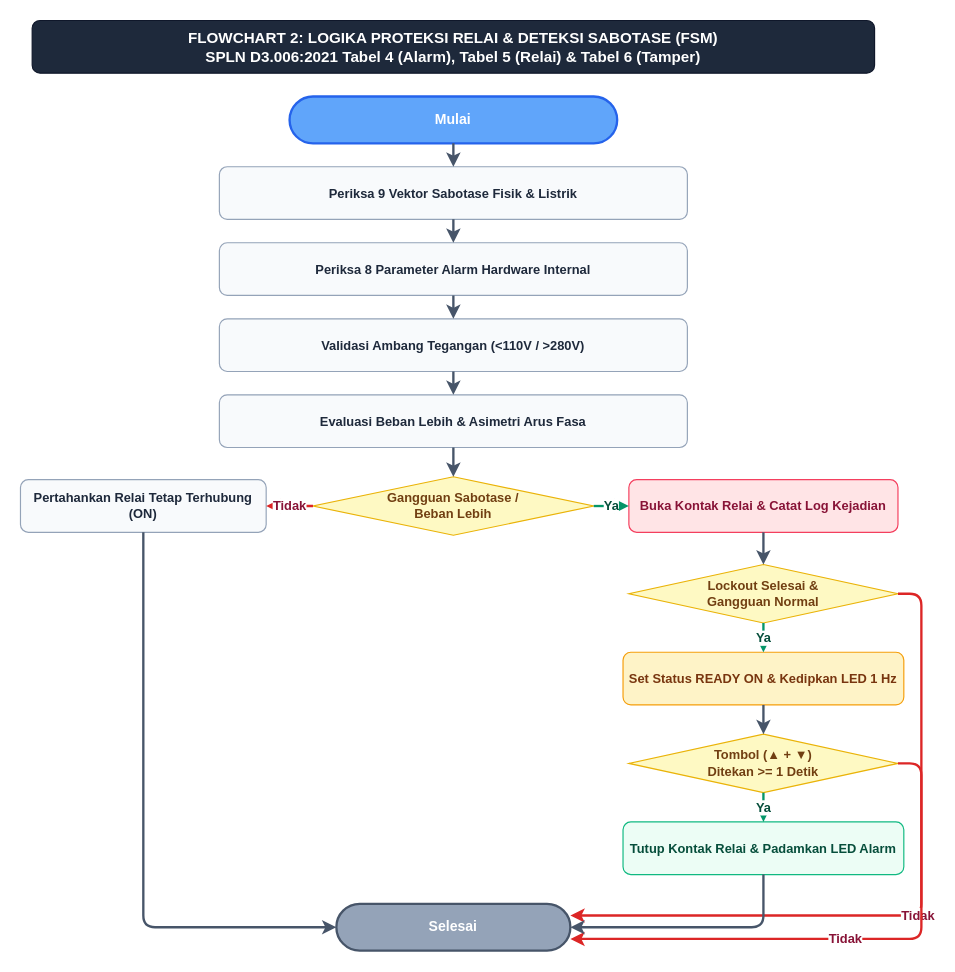
Kevla27/ALLIN keeps this draw.io diagram as page "2. Sabotase & Relai FSM" (2 of 4) of docs/e3_modular_flowcharts.drawio. Above is the earlier version. Source tidied: cells renumbered, new cells numbered last; positions are measured from the earlier drawing's top-left corner, leaving out a move shared by most shapes. Both pictures are drawn from the tidied source at 117%, with x=0, y=0 at pixel (20, 20).
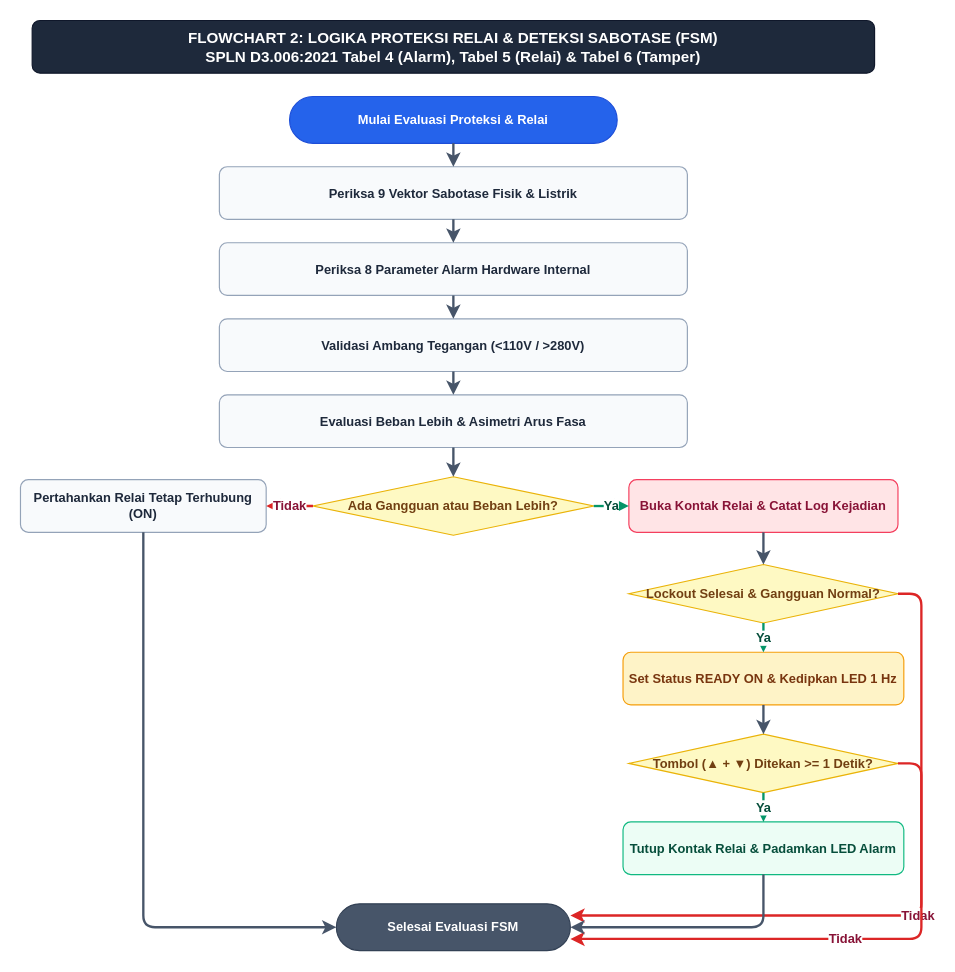
Above is the later version.

Diff of the diagram source:
```diff
@@
-    <mxCell id="3" value="&lt;b&gt;Mulai&lt;/b&gt;" style="rounded=1;arcSize=50;whiteSpace=wrap;html=1;fillColor=#60a5fa;strokeColor=#2563eb;strokeWidth=2;fontColor=#ffffff;fontSize=12;fontFamily=Helvetica;align=center;" parent="1" vertex="1">
+    <mxCell id="3" value="&lt;b&gt;Mulai Evaluasi Proteksi &amp;amp; Relai&lt;/b&gt;" style="rounded=1;arcSize=50;whiteSpace=wrap;html=1;fillColor=#2563eb;strokeColor=#1d4ed8;fontColor=#ffffff;fontStyle=1;fontSize=11;align=center;" parent="1" vertex="1">
       <mxGeometry x="230" y="65" width="280" height="40" as="geometry" />
     </mxCell>
@@
-    <mxCell id="8" value="&lt;b&gt;Gangguan Sabotase /&lt;br/&gt;Beban Lebih&lt;/b&gt;" style="rhombus;whiteSpace=wrap;html=1;fillColor=#fef9c3;strokeColor=#eab308;fontColor=#713f12;fontStyle=1;fontSize=11;align=center;" parent="1" vertex="1">
+    <mxCell id="8" value="&lt;b&gt;Ada Gangguan atau Beban Lebih?&lt;/b&gt;" style="rhombus;whiteSpace=wrap;html=1;fillColor=#fef9c3;strokeColor=#eab308;fontColor=#713f12;fontStyle=1;fontSize=11;align=center;" parent="1" vertex="1">
       <mxGeometry x="250" y="390" width="240" height="50" as="geometry" />
     </mxCell>
@@
-    <mxCell id="10" value="&lt;b&gt;Lockout Selesai &amp;amp;&lt;br/&gt;Gangguan Normal&lt;/b&gt;" style="rhombus;whiteSpace=wrap;html=1;fillColor=#fef9c3;strokeColor=#eab308;fontColor=#713f12;fontStyle=1;fontSize=11;align=center;" parent="1" vertex="1">
+    <mxCell id="10" value="&lt;b&gt;Lockout Selesai &amp;amp; Gangguan Normal?&lt;/b&gt;" style="rhombus;whiteSpace=wrap;html=1;fillColor=#fef9c3;strokeColor=#eab308;fontColor=#713f12;fontStyle=1;fontSize=11;align=center;" parent="1" vertex="1">
       <mxGeometry x="520" y="465" width="230" height="50" as="geometry" />
     </mxCell>
@@
-    <mxCell id="12" value="&lt;b&gt;Tombol (▲ + ▼)&lt;br/&gt;Ditekan &amp;gt;= 1 Detik&lt;/b&gt;" style="rhombus;whiteSpace=wrap;html=1;fillColor=#fef9c3;strokeColor=#eab308;fontColor=#713f12;fontStyle=1;fontSize=11;align=center;" parent="1" vertex="1">
+    <mxCell id="12" value="&lt;b&gt;Tombol (▲ + ▼) Ditekan &amp;gt;= 1 Detik?&lt;/b&gt;" style="rhombus;whiteSpace=wrap;html=1;fillColor=#fef9c3;strokeColor=#eab308;fontColor=#713f12;fontStyle=1;fontSize=11;align=center;" parent="1" vertex="1">
       <mxGeometry x="520" y="610" width="230" height="50" as="geometry" />
     </mxCell>
@@
-    <mxCell id="15" value="&lt;b&gt;Selesai&lt;/b&gt;" style="rounded=1;arcSize=50;whiteSpace=wrap;html=1;fillColor=#94a3b8;strokeColor=#475569;strokeWidth=2;fontColor=#ffffff;fontSize=12;fontFamily=Helvetica;align=center;" parent="1" vertex="1">
+    <mxCell id="15" value="&lt;b&gt;Selesai Evaluasi FSM&lt;/b&gt;" style="rounded=1;arcSize=50;whiteSpace=wrap;html=1;fillColor=#475569;strokeColor=#334155;fontColor=#ffffff;fontStyle=1;fontSize=11;align=center;" parent="1" vertex="1">
       <mxGeometry x="270" y="755" width="200" height="40" as="geometry" />
     </mxCell>
```
